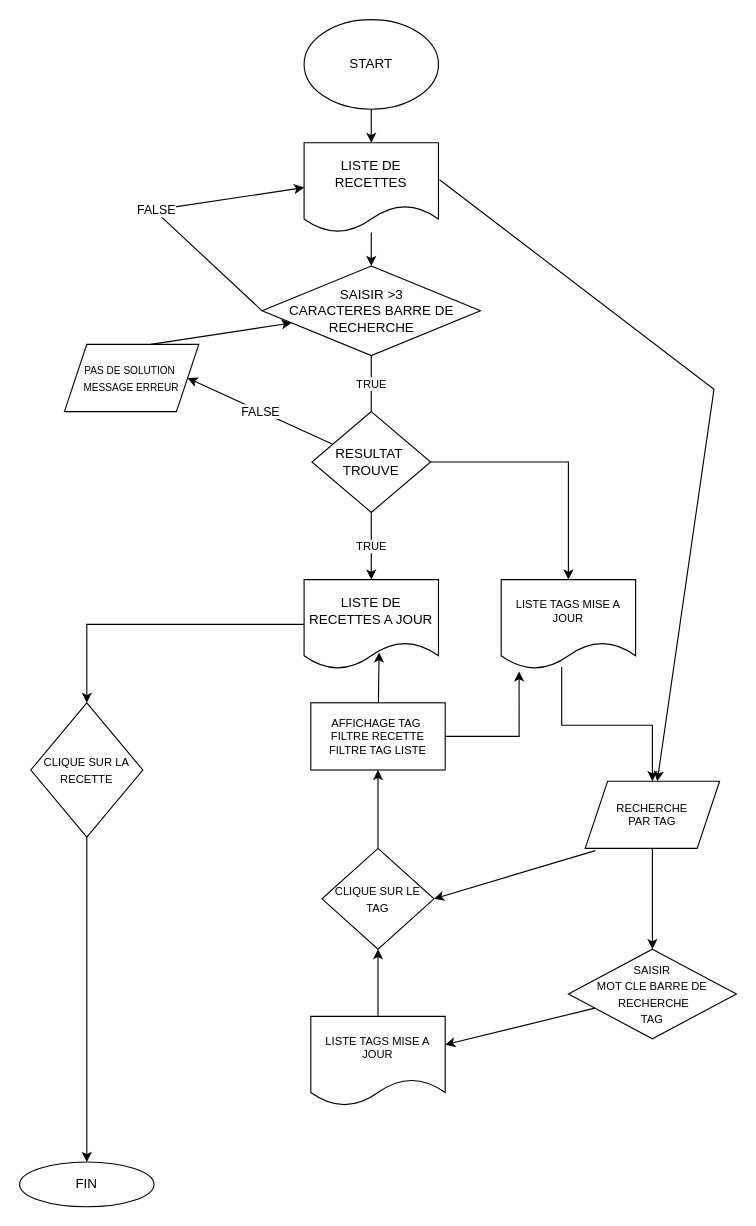
Earlier version of the draw.io diagram P7AlgoSearch.drawio (ludogwada/P7_07012022). Source tidied: cells renumbered, new cells numbered last; positions are measured from the earlier drawing's top-left corner, leaving out a move shared by most shapes. Both pictures are drawn from the tidied source at 112%, with x=0, y=0 at pixel (19, 19).
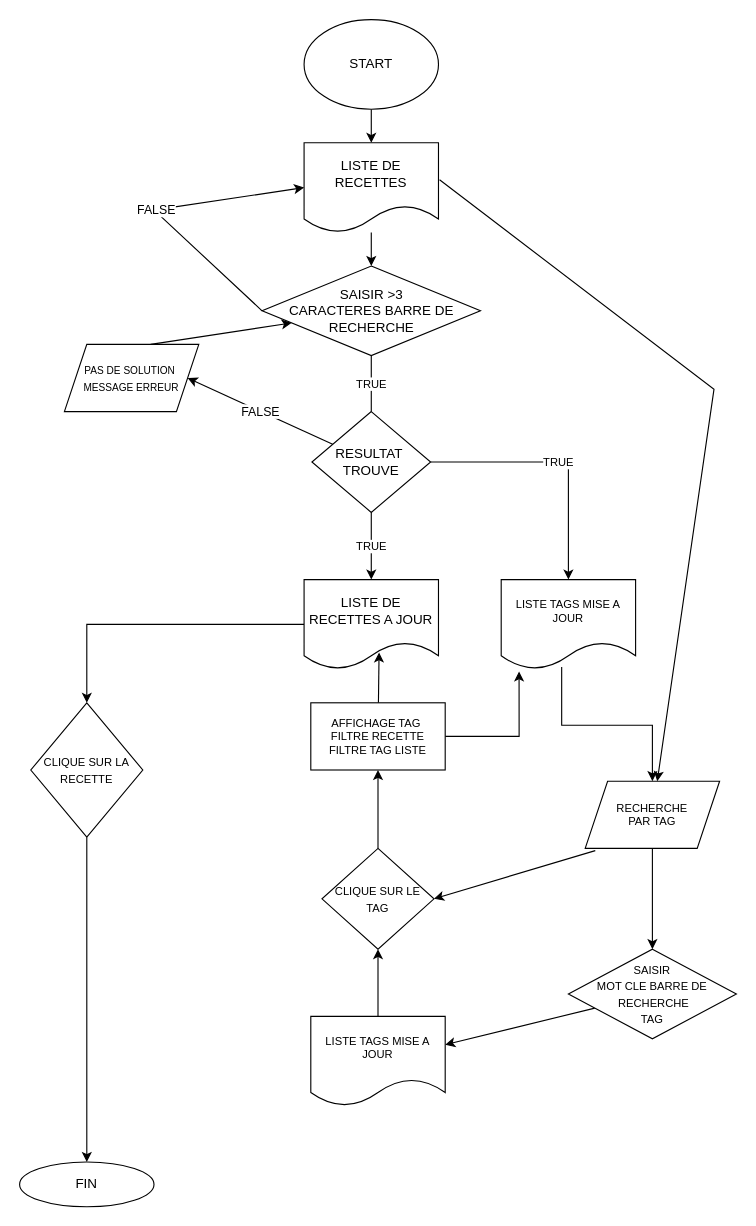
After the change.

The change refers to these unchanged cells:
```xml
<mxCell id="17" value="LISTE TAGS MISE A JOUR" style="shape=document;whiteSpace=wrap;html=1;boundedLbl=1;fontSize=10;" parent="1" vertex="1">
  <mxGeometry x="430" y="500" width="120" height="80" as="geometry" />
</mxCell>
<mxCell id="29" value="RESULTAT&amp;nbsp;&lt;br&gt;TROUVE" style="rhombus;whiteSpace=wrap;html=1;" parent="1" vertex="1">
  <mxGeometry x="261" y="350" width="106" height="90" as="geometry" />
</mxCell>
```

The edit, as a diff of the source:
```diff
@@
-    <mxCell id="9" style="edgeStyle=orthogonalEdgeStyle;rounded=0;jettySize=auto;html=1;fontSize=10;" parent="1" edge="1" source="29" target="17">
+    <mxCell id="9" value="TRUE" style="edgeStyle=orthogonalEdgeStyle;rounded=0;jettySize=auto;html=1;fontSize=10;" parent="1" edge="1" source="29" target="17">
       <mxGeometry relative="1" as="geometry" />
     </mxCell>
```
